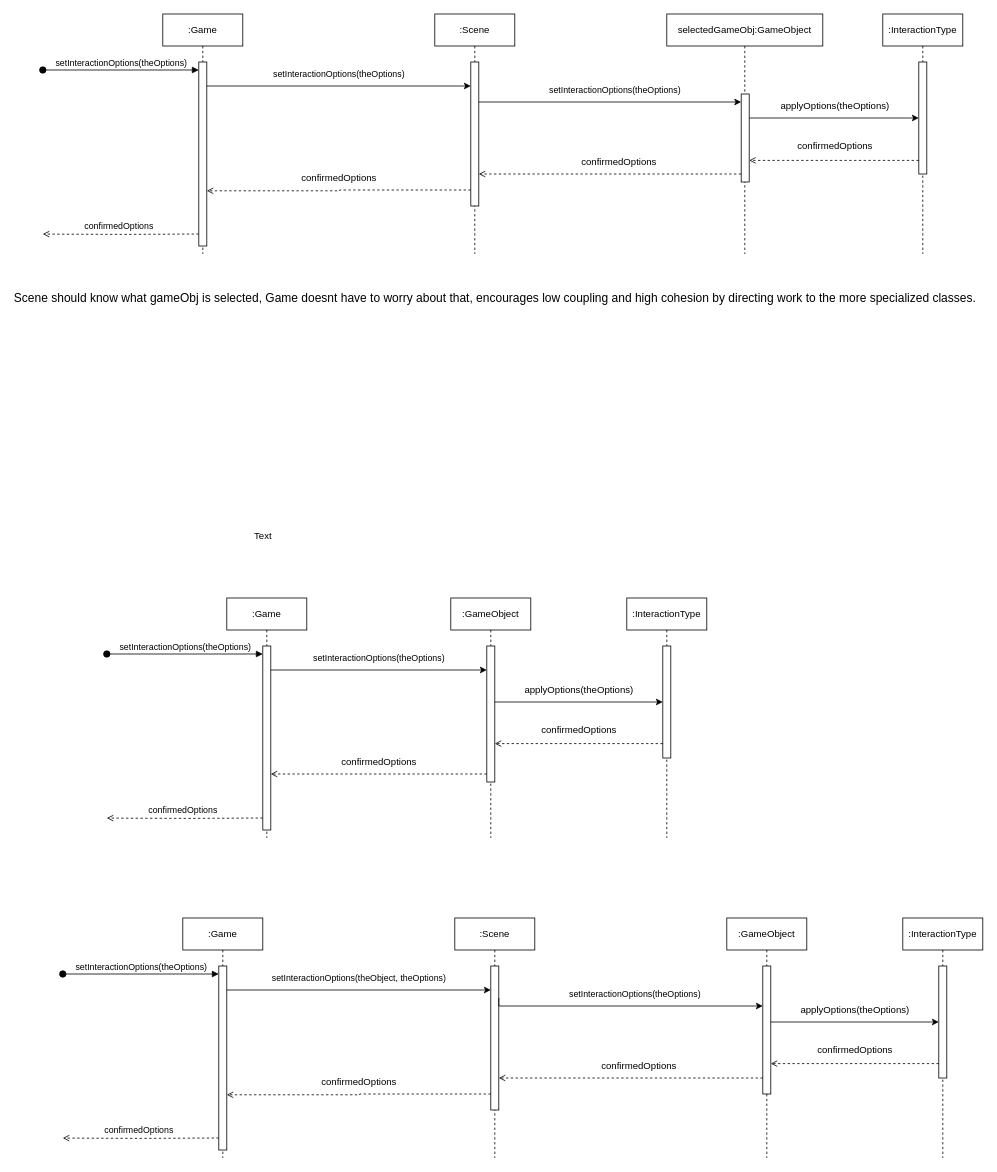
The draw.io diagram page "setInteractionOptions" (4 of 7) of domain-model.drawio in Jesper-R/PA1460, before the edit. Source tidied: cells renumbered, new cells numbered last; positions are measured from the earlier drawing's top-left corner, leaving out a move shared by most shapes. Both pictures are drawn from the tidied source at 80%, with x=0, y=0 at pixel (14, 14).
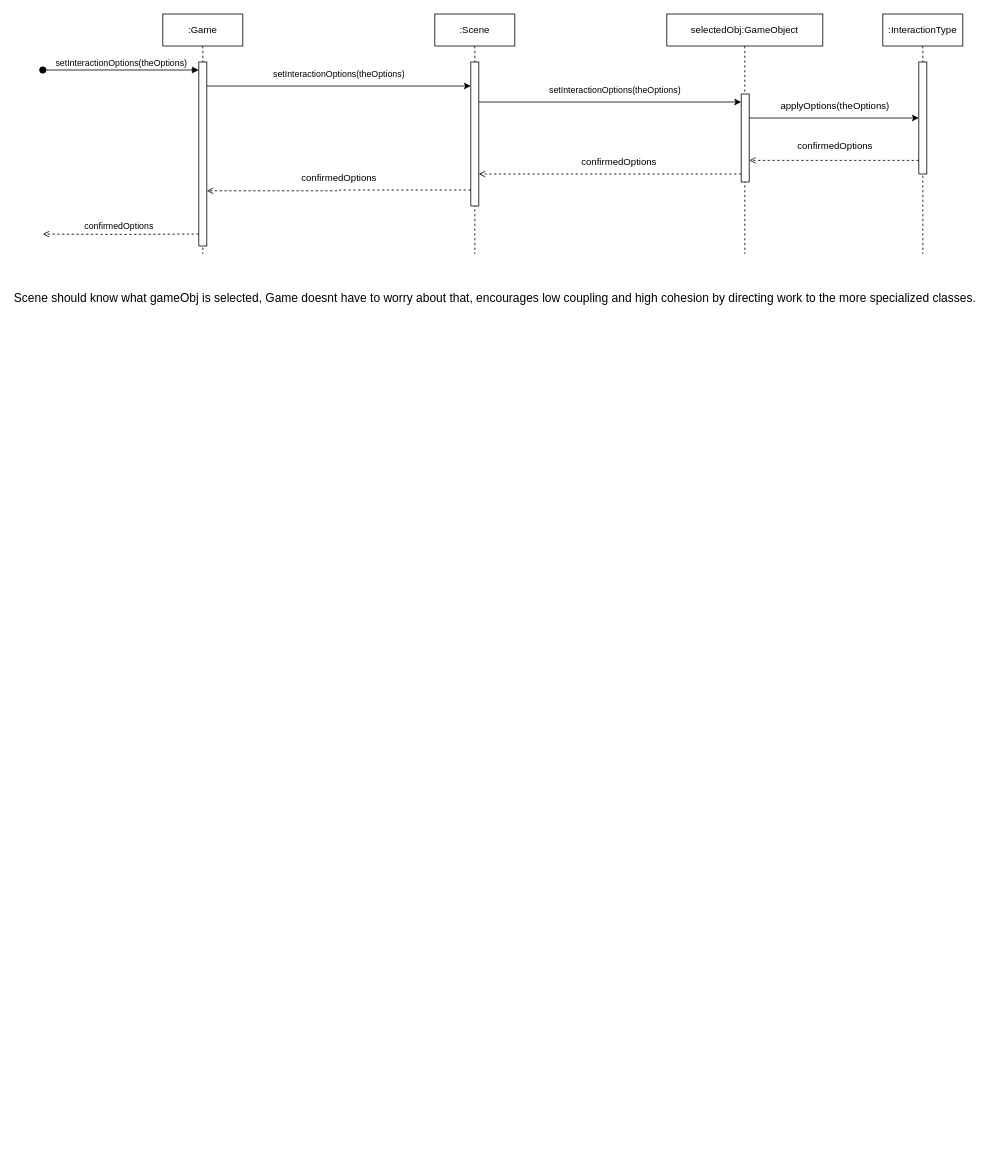
Above is the later version.

Diff of the diagram source:
```diff
@@
-    <mxCell id="2" value=":Game" style="shape=umlLifeline;perimeter=lifelinePerimeter;whiteSpace=wrap;html=1;newEdgeStyle={&quot;curved&quot;:0,&quot;rounded&quot;:0};" parent="1" vertex="1">
-      <mxGeometry x="210" y="1130" width="100" height="300" as="geometry" />
-    </mxCell>
-    <mxCell id="3" style="edgeStyle=orthogonalEdgeStyle;rounded=0;orthogonalLoop=1;jettySize=auto;html=1;curved=0;exitX=0;exitY=1;exitDx=0;exitDy=-5;exitPerimeter=0;dashed=1;endArrow=open;endFill=0;" parent="2" edge="1">
-      <mxGeometry relative="1" as="geometry">
-        <mxPoint x="45" y="275" as="sourcePoint" />
-        <mxPoint x="-150" y="275.1" as="targetPoint" />
-      </mxGeometry>
-    </mxCell>
-    <mxCell id="4" style="html=1;points=[[0,0,0,0,5],[0,1,0,0,-5],[1,0,0,0,5],[1,1,0,0,-5]];perimeter=orthogonalPerimeter;outlineConnect=0;targetShapes=umlLifeline;portConstraint=eastwest;newEdgeStyle={&quot;curved&quot;:0,&quot;rounded&quot;:0};" parent="2" vertex="1">
-      <mxGeometry x="45" y="60" width="10" height="230" as="geometry" />
-    </mxCell>
-    <mxCell id="5" value=":GameObject" style="shape=umlLifeline;perimeter=lifelinePerimeter;whiteSpace=wrap;html=1;newEdgeStyle={&quot;curved&quot;:0,&quot;rounded&quot;:0};" parent="1" vertex="1">
-      <mxGeometry x="890" y="1130" width="100" height="300" as="geometry" />
-    </mxCell>
-    <mxCell id="6" style="html=1;points=[[0,0,0,0,5],[0,1,0,0,-5],[1,0,0,0,5],[1,1,0,0,-5]];perimeter=orthogonalPerimeter;outlineConnect=0;targetShapes=umlLifeline;portConstraint=eastwest;newEdgeStyle={&quot;curved&quot;:0,&quot;rounded&quot;:0};" parent="5" vertex="1">
-      <mxGeometry x="45" y="60" width="10" height="160" as="geometry" />
-    </mxCell>
-    <mxCell id="7" value="confirmedOptions" style="text;html=1;align=center;verticalAlign=middle;strokeColor=none;fillColor=none;fontSize=11;" parent="1" vertex="1">
-      <mxGeometry x="100" y="1380" width="110" height="30" as="geometry" />
-    </mxCell>
-    <mxCell id="8" value=":InteractionType" style="shape=umlLifeline;perimeter=lifelinePerimeter;whiteSpace=wrap;html=1;newEdgeStyle={&quot;curved&quot;:0,&quot;rounded&quot;:0};" parent="1" vertex="1">
-      <mxGeometry x="1110" y="1130" width="100" height="300" as="geometry" />
-    </mxCell>
-    <mxCell id="9" style="html=1;perimeter=orthogonalPerimeter;targetShapes=umlLifeline;newEdgeStyle={&quot;curved&quot;:0,&quot;rounded&quot;:0};" parent="8" vertex="1">
-      <mxGeometry x="45" y="60" width="10" height="140" as="geometry" />
-    </mxCell>
-    <mxCell id="10" value="&lt;font&gt;&lt;font&gt;setInteractionOptions(theObject, theOptions)&lt;/font&gt;&lt;/font&gt;" style="text;html=1;align=center;verticalAlign=middle;strokeColor=none;fillColor=none;fontSize=11;" parent="1" vertex="1">
-      <mxGeometry x="310" y="1190" width="240" height="30" as="geometry" />
-    </mxCell>
-    <mxCell id="11" style="edgeStyle=orthogonalEdgeStyle;rounded=0;orthogonalLoop=1;jettySize=auto;html=1;curved=0;entryX=0;entryY=0;entryDx=0;entryDy=5;entryPerimeter=0;" parent="1" edge="1">
-      <mxGeometry relative="1" as="geometry">
-        <mxPoint x="945" y="1260" as="sourcePoint" />
-        <mxPoint x="1155" y="1260" as="targetPoint" />
-      </mxGeometry>
-    </mxCell>
-    <mxCell id="12" value="applyOptions(theOptions)" style="text;html=1;align=center;verticalAlign=middle;strokeColor=none;fillColor=none;" parent="1" vertex="1">
-      <mxGeometry x="970" y="1230" width="160" height="30" as="geometry" />
-    </mxCell>
-    <mxCell id="13" value=":Scene" style="shape=umlLifeline;perimeter=lifelinePerimeter;whiteSpace=wrap;html=1;newEdgeStyle={&quot;curved&quot;:0,&quot;rounded&quot;:0};" parent="1" vertex="1">
-      <mxGeometry x="550" y="1130" width="100" height="300" as="geometry" />
-    </mxCell>
-    <mxCell id="14" style="html=1;points=[[0,0,0,0,5],[0,1,0,0,-5],[1,0,0,0,5],[1,1,0,0,-5]];perimeter=orthogonalPerimeter;outlineConnect=0;targetShapes=umlLifeline;portConstraint=eastwest;newEdgeStyle={&quot;curved&quot;:0,&quot;rounded&quot;:0};" parent="13" vertex="1">
-      <mxGeometry x="45" y="60" width="10" height="180" as="geometry" />
-    </mxCell>
-    <mxCell id="15" style="edgeStyle=orthogonalEdgeStyle;rounded=0;orthogonalLoop=1;jettySize=auto;html=1;curved=0;exitX=1;exitY=0;exitDx=0;exitDy=5;exitPerimeter=0;entryX=0;entryY=0;entryDx=0;entryDy=5;entryPerimeter=0;" parent="1" edge="1">
-      <mxGeometry relative="1" as="geometry">
-        <mxPoint x="265" y="1220" as="sourcePoint" />
-        <mxPoint x="595" y="1220" as="targetPoint" />
-      </mxGeometry>
-    </mxCell>
-    <mxCell id="16" style="edgeStyle=orthogonalEdgeStyle;rounded=0;jettySize=auto;html=1;curved=0;exitX=1;exitY=0;exitDx=0;exitDy=5;exitPerimeter=0;" parent="1" edge="1" target="6">
-      <mxGeometry relative="1" as="geometry">
-        <mxPoint x="605" y="1230" as="sourcePoint" />
-        <Array as="points">
-          <mxPoint x="605" y="1240" />
-        </Array>
-      </mxGeometry>
-    </mxCell>
-    <mxCell id="17" value="&lt;font style=&quot;font-size: 11px;&quot;&gt;setInteractionOptions(theOptions)&lt;/font&gt;" style="text;html=1;align=center;verticalAlign=middle;strokeColor=none;fillColor=none;" parent="1" vertex="1">
-      <mxGeometry x="680" y="1210" width="190" height="30" as="geometry" />
-    </mxCell>
-    <mxCell id="18" style="edgeStyle=orthogonalEdgeStyle;rounded=0;jettySize=auto;html=1;curved=0;dashed=1;endArrow=open;endFill=0;" parent="1" edge="1" target="4">
-      <mxGeometry relative="1" as="geometry">
-        <mxPoint x="595" y="1350" as="sourcePoint" />
-        <Array as="points">
-          <mxPoint x="431" y="1350" />
-          <mxPoint x="431" y="1351" />
-        </Array>
-      </mxGeometry>
-    </mxCell>
-    <mxCell id="19" value="&lt;font&gt;confirmedOptions&lt;font&gt;&lt;/font&gt;&lt;/font&gt;" style="text;html=1;align=center;verticalAlign=middle;strokeColor=none;fillColor=none;" parent="1" vertex="1">
-      <mxGeometry x="370" y="1320" width="120" height="30" as="geometry" />
-    </mxCell>
-    <mxCell id="20" value="setInteractionOptions(theOptions)" style="html=1;verticalAlign=bottom;startArrow=oval;startFill=1;endArrow=block;startSize=8;curved=0;rounded=0;" parent="1" edge="1" target="4">
-      <mxGeometry relative="1" as="geometry">
-        <mxPoint x="60" y="1200" as="sourcePoint" />
-      </mxGeometry>
-    </mxCell>
-    <mxCell id="21" style="edgeStyle=orthogonalEdgeStyle;rounded=0;jettySize=auto;html=1;curved=0;dashed=1;endArrow=open;endFill=0;" parent="1" edge="1" source="6" target="14">
-      <mxGeometry relative="1" as="geometry">
-        <Array as="points">
-          <mxPoint x="770" y="1330" />
-          <mxPoint x="770" y="1330" />
-        </Array>
-      </mxGeometry>
-    </mxCell>
-    <mxCell id="22" value="&lt;font&gt;confirmedOptions&lt;font&gt;&lt;/font&gt;&lt;/font&gt;" style="text;html=1;align=center;verticalAlign=middle;strokeColor=none;fillColor=none;" parent="1" vertex="1">
-      <mxGeometry x="720" y="1300" width="120" height="30" as="geometry" />
-    </mxCell>
-    <mxCell id="23" style="edgeStyle=orthogonalEdgeStyle;rounded=0;orthogonalLoop=1;jettySize=auto;html=1;curved=0;dashed=1;endArrow=open;endFill=0;" parent="1" edge="1">
-      <mxGeometry relative="1" as="geometry">
-        <mxPoint x="1155" y="1312" as="sourcePoint" />
-        <mxPoint x="945" y="1312" as="targetPoint" />
-        <Array as="points">
-          <mxPoint x="1050" y="1312" />
-          <mxPoint x="1050" y="1312" />
-        </Array>
-      </mxGeometry>
-    </mxCell>
-    <mxCell id="24" value="&lt;font&gt;confirmedOptions&lt;font&gt;&lt;/font&gt;&lt;/font&gt;" style="text;html=1;align=center;verticalAlign=middle;strokeColor=none;fillColor=none;" parent="1" vertex="1">
-      <mxGeometry x="990" y="1280" width="120" height="30" as="geometry" />
-    </mxCell>
-    <mxCell id="25" value=":Game" style="shape=umlLifeline;perimeter=lifelinePerimeter;whiteSpace=wrap;html=1;newEdgeStyle={&quot;curved&quot;:0,&quot;rounded&quot;:0};" parent="1" vertex="1">
-      <mxGeometry x="265" y="730" width="100" height="300" as="geometry" />
-    </mxCell>
-    <mxCell id="26" style="edgeStyle=orthogonalEdgeStyle;rounded=0;orthogonalLoop=1;jettySize=auto;html=1;curved=0;exitX=0;exitY=1;exitDx=0;exitDy=-5;exitPerimeter=0;dashed=1;endArrow=open;endFill=0;" parent="25" edge="1">
-      <mxGeometry relative="1" as="geometry">
-        <mxPoint x="45" y="275" as="sourcePoint" />
-        <mxPoint x="-150" y="275.1" as="targetPoint" />
-      </mxGeometry>
-    </mxCell>
-    <mxCell id="27" style="html=1;points=[[0,0,0,0,5],[0,1,0,0,-5],[1,0,0,0,5],[1,1,0,0,-5]];perimeter=orthogonalPerimeter;outlineConnect=0;targetShapes=umlLifeline;portConstraint=eastwest;newEdgeStyle={&quot;curved&quot;:0,&quot;rounded&quot;:0};" parent="25" vertex="1">
-      <mxGeometry x="45" y="60" width="10" height="230" as="geometry" />
-    </mxCell>
-    <mxCell id="28" value=":GameObject" style="shape=umlLifeline;perimeter=lifelinePerimeter;whiteSpace=wrap;html=1;newEdgeStyle={&quot;curved&quot;:0,&quot;rounded&quot;:0};" parent="1" vertex="1">
-      <mxGeometry x="545" y="730" width="100" height="300" as="geometry" />
-    </mxCell>
-    <mxCell id="29" style="html=1;points=[[0,0,0,0,5],[0,1,0,0,-5],[1,0,0,0,5],[1,1,0,0,-5]];perimeter=orthogonalPerimeter;outlineConnect=0;targetShapes=umlLifeline;portConstraint=eastwest;newEdgeStyle={&quot;curved&quot;:0,&quot;rounded&quot;:0};" parent="28" vertex="1">
-      <mxGeometry x="45" y="60" width="10" height="170" as="geometry" />
-    </mxCell>
-    <mxCell id="30" value="confirmedOptions" style="text;html=1;align=center;verticalAlign=middle;strokeColor=none;fillColor=none;fontSize=11;" parent="1" vertex="1">
-      <mxGeometry x="155" y="980" width="110" height="30" as="geometry" />
-    </mxCell>
-    <mxCell id="31" value=":InteractionType" style="shape=umlLifeline;perimeter=lifelinePerimeter;whiteSpace=wrap;html=1;newEdgeStyle={&quot;curved&quot;:0,&quot;rounded&quot;:0};" parent="1" vertex="1">
-      <mxGeometry x="765" y="730" width="100" height="300" as="geometry" />
-    </mxCell>
-    <mxCell id="32" style="html=1;perimeter=orthogonalPerimeter;targetShapes=umlLifeline;newEdgeStyle={&quot;curved&quot;:0,&quot;rounded&quot;:0};" parent="31" vertex="1">
-      <mxGeometry x="45" y="60" width="10" height="140" as="geometry" />
-    </mxCell>
-    <mxCell id="33" value="&lt;font&gt;&lt;font&gt;setInteractionOptions(theOptions)&lt;/font&gt;&lt;/font&gt;" style="text;html=1;align=center;verticalAlign=middle;strokeColor=none;fillColor=none;fontSize=11;" parent="1" vertex="1">
-      <mxGeometry x="360" y="790" width="190" height="30" as="geometry" />
-    </mxCell>
-    <mxCell id="34" style="edgeStyle=orthogonalEdgeStyle;rounded=0;orthogonalLoop=1;jettySize=auto;html=1;curved=0;entryX=0;entryY=0;entryDx=0;entryDy=5;entryPerimeter=0;" parent="1" edge="1">
-      <mxGeometry relative="1" as="geometry">
-        <mxPoint x="600" y="860" as="sourcePoint" />
-        <mxPoint x="810" y="860" as="targetPoint" />
-      </mxGeometry>
-    </mxCell>
-    <mxCell id="35" value="applyOptions(theOptions)" style="text;html=1;align=center;verticalAlign=middle;strokeColor=none;fillColor=none;" parent="1" vertex="1">
-      <mxGeometry x="625" y="830" width="160" height="30" as="geometry" />
-    </mxCell>
-    <mxCell id="36" style="edgeStyle=orthogonalEdgeStyle;rounded=0;jettySize=auto;html=1;curved=0;" parent="1" edge="1" source="27" target="29">
-      <mxGeometry relative="1" as="geometry">
-        <Array as="points">
-          <mxPoint x="525" y="820" />
-          <mxPoint x="525" y="820" />
-        </Array>
-      </mxGeometry>
-    </mxCell>
-    <mxCell id="37" style="edgeStyle=orthogonalEdgeStyle;rounded=0;jettySize=auto;html=1;curved=0;dashed=1;endArrow=open;endFill=0;" parent="1" edge="1" source="29" target="27">
-      <mxGeometry relative="1" as="geometry">
-        <Array as="points">
-          <mxPoint x="455" y="950" />
-          <mxPoint x="455" y="950" />
-        </Array>
-      </mxGeometry>
-    </mxCell>
-    <mxCell id="38" value="&lt;font&gt;confirmedOptions&lt;font&gt;&lt;/font&gt;&lt;/font&gt;" style="text;html=1;align=center;verticalAlign=middle;strokeColor=none;fillColor=none;" parent="1" vertex="1">
-      <mxGeometry x="395" y="920" width="120" height="30" as="geometry" />
-    </mxCell>
-    <mxCell id="39" value="setInteractionOptions(theOptions)" style="html=1;verticalAlign=bottom;startArrow=oval;startFill=1;endArrow=block;startSize=8;curved=0;rounded=0;" parent="1" edge="1" target="27">
-      <mxGeometry relative="1" as="geometry">
-        <mxPoint x="115" y="800" as="sourcePoint" />
-      </mxGeometry>
-    </mxCell>
-    <mxCell id="40" style="edgeStyle=orthogonalEdgeStyle;rounded=0;orthogonalLoop=1;jettySize=auto;html=1;curved=0;dashed=1;endArrow=open;endFill=0;" parent="1" edge="1">
-      <mxGeometry relative="1" as="geometry">
-        <mxPoint x="810" y="912" as="sourcePoint" />
-        <mxPoint x="600" y="912" as="targetPoint" />
-        <Array as="points">
-          <mxPoint x="705" y="912" />
-          <mxPoint x="705" y="912" />
-        </Array>
-      </mxGeometry>
-    </mxCell>
-    <mxCell id="41" value="&lt;font&gt;confirmedOptions&lt;font&gt;&lt;/font&gt;&lt;/font&gt;" style="text;html=1;align=center;verticalAlign=middle;strokeColor=none;fillColor=none;" parent="1" vertex="1">
-      <mxGeometry x="645" y="880" width="120" height="30" as="geometry" />
-    </mxCell>
@@
-    <mxCell id="63" value="selectedGameObj:GameObject" style="shape=umlLifeline;perimeter=lifelinePerimeter;whiteSpace=wrap;html=1;newEdgeStyle={&quot;curved&quot;:0,&quot;rounded&quot;:0};" parent="1" vertex="1">
+    <mxCell id="63" value="selectedObj:GameObject" style="shape=umlLifeline;perimeter=lifelinePerimeter;whiteSpace=wrap;html=1;newEdgeStyle={&quot;curved&quot;:0,&quot;rounded&quot;:0};" parent="1" vertex="1">
       <mxGeometry x="815" width="195" height="300" as="geometry" />
     </mxCell>
@@
-    <mxCell id="66" value="Text" style="text;html=1;align=center;verticalAlign=middle;strokeColor=none;fillColor=none;" parent="1" vertex="1">
-      <mxGeometry x="290" y="638" width="40" height="30" as="geometry" />
-    </mxCell>
```
